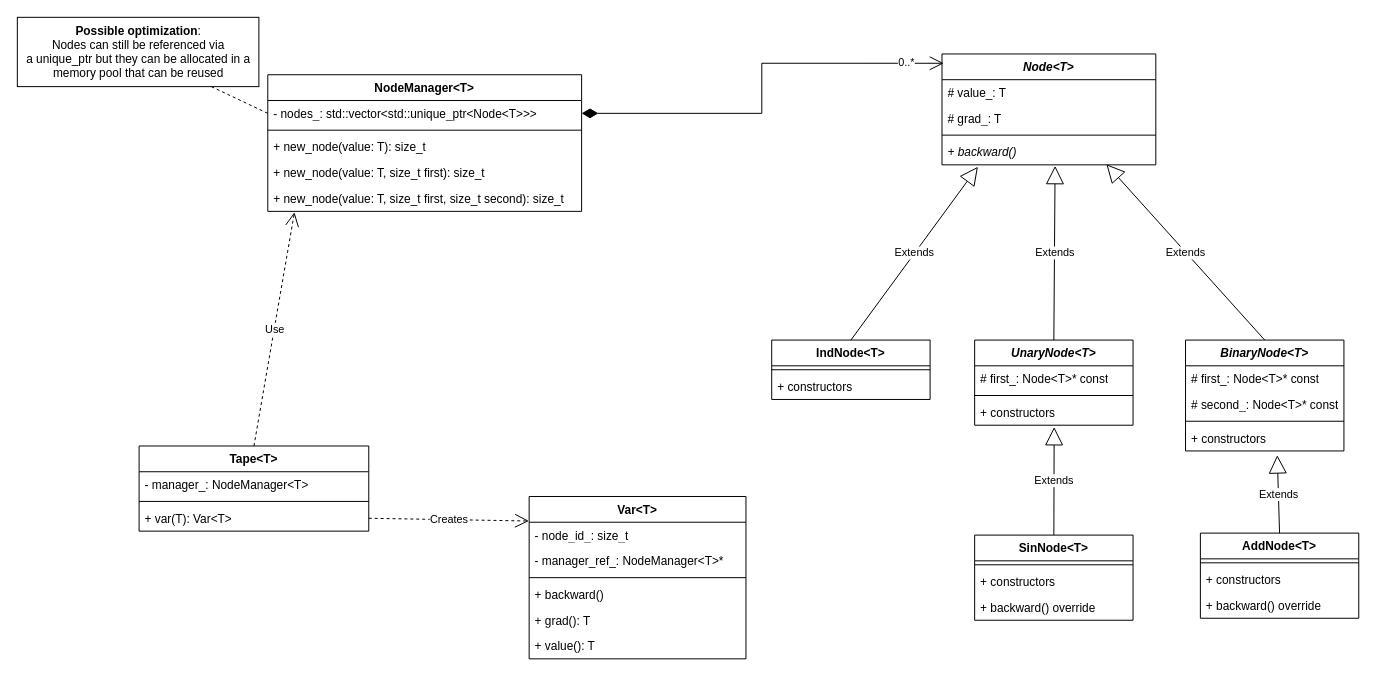
Before: docs/autodiff_reverse_main.drawio in giusgal/autodiff, a draw.io diagram. Source tidied: cells renumbered, new cells numbered last; positions are measured from the earlier drawing's top-left corner, leaving out a move shared by most shapes. Both pictures are drawn from the tidied source at 99%, with x=0, y=0 at pixel (17, 17).
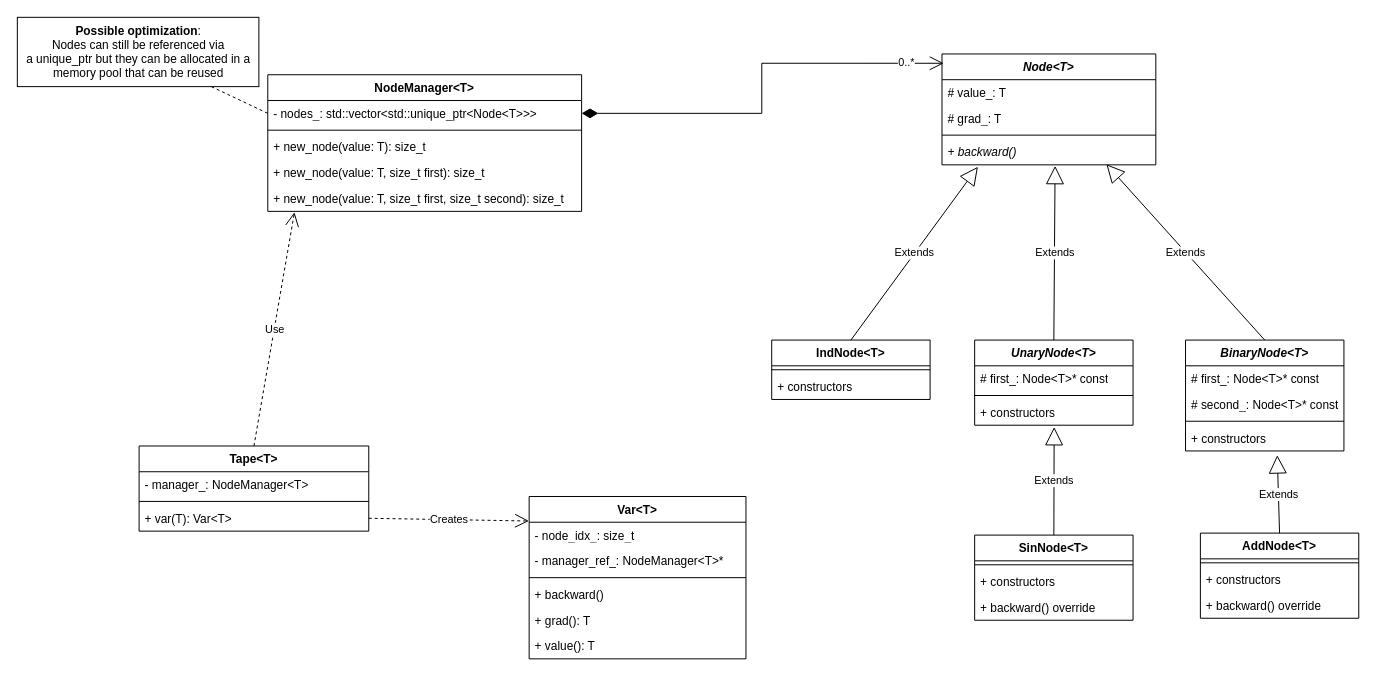
Above is the later version.

Unchanged cells that the change refers to:
```xml
<mxCell id="47" value="Var&amp;lt;T&amp;gt;" style="swimlane;fontStyle=1;align=center;verticalAlign=top;horizontal=1;startSize=26;whiteSpace=wrap;html=1;" parent="1" vertex="1">
  <mxGeometry x="517" y="484" width="219" height="164" as="geometry" />
</mxCell>
```

What changed in the source:
```diff
@@
-    <mxCell id="48" value="- node_id_: size_t" style="text;strokeColor=none;fillColor=none;align=left;verticalAlign=top;spacingLeft=4;spacingRight=4;overflow=hidden;whiteSpace=wrap;html=1;" parent="47" vertex="1">
+    <mxCell id="48" value="- node_idx_: size_t" style="text;strokeColor=none;fillColor=none;align=left;verticalAlign=top;spacingLeft=4;spacingRight=4;overflow=hidden;whiteSpace=wrap;html=1;" parent="47" vertex="1">
       <mxGeometry y="26" width="219" height="26" as="geometry" />
     </mxCell>
```
